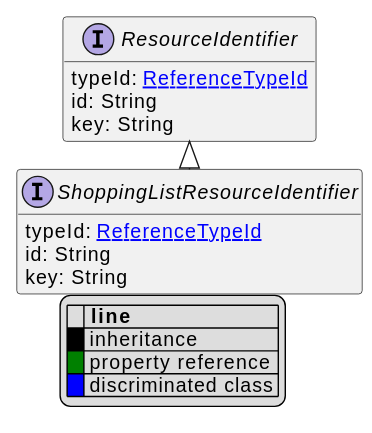
Before: uml/api/svg/ShoppingListResourceIdentifier.svg, a diagram exported from PlantUML (commercetools/commercetools-api-reference). The source it was exported from:
```plantuml
@startuml
!pragma layout elk
hide empty fields
hide empty methods
legend
|= |= line |
|<back:black>   </back>| inheritance |
|<back:green>   </back>| property reference |
|<back:blue>   </back>| discriminated class |
endlegend
interface ShoppingListResourceIdentifier [[ShoppingListResourceIdentifier.svg]] extends ResourceIdentifier {
    typeId: [[ReferenceTypeId.svg ReferenceTypeId]]
    id: String
    key: String
}
interface ResourceIdentifier [[ResourceIdentifier.svg]]  {
    typeId: [[ReferenceTypeId.svg ReferenceTypeId]]
    id: String
    key: String
}





@enduml
```
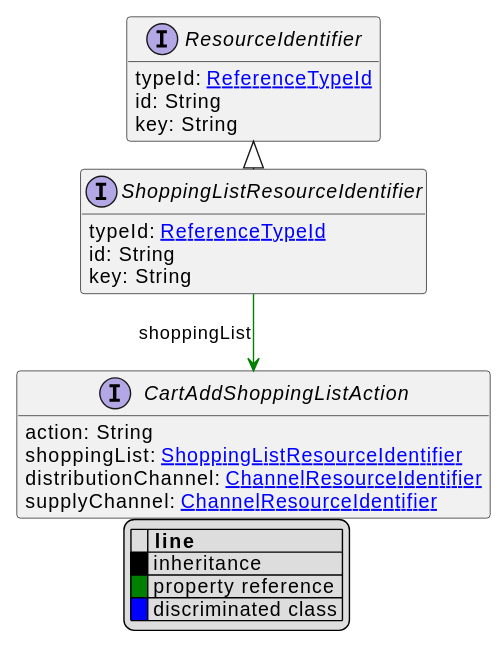
After the change.

Diff of the diagram source:
```diff
@@ -20,7 +20,12 @@
 }
 
 
+interface CartAddShoppingListAction [[CartAddShoppingListAction.svg]]  {
+    action: String
+    shoppingList: [[ShoppingListResourceIdentifier.svg ShoppingListResourceIdentifier]]
+    distributionChannel: [[ChannelResourceIdentifier.svg ChannelResourceIdentifier]]
+    supplyChannel: [[ChannelResourceIdentifier.svg ChannelResourceIdentifier]]
+}
 
-
-
+ShoppingListResourceIdentifier --> CartAddShoppingListAction #green;text:green : "shoppingList"
 @enduml
```
